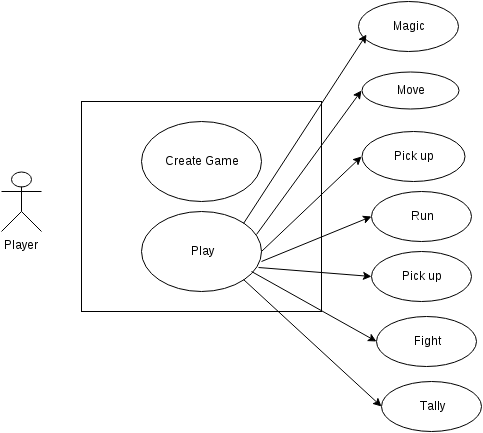
The draw.io diagram images/UseCases.png in lu15v/Text-Adventure-Game, before a commit. Source tidied: cells renumbered, new cells last; positions are measured from the earlier drawing's top-left corner, leaving out a move shared by most shapes.
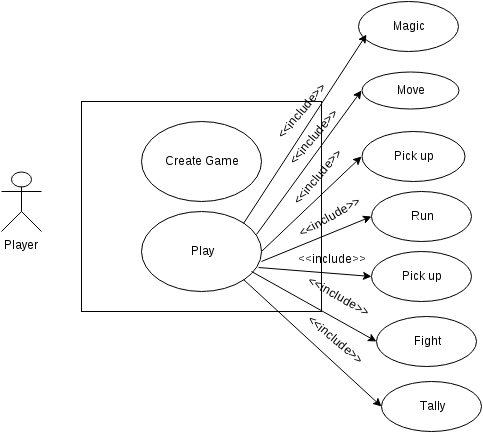
After the commit.

Diff of the diagram source:
```diff
@@ -60,5 +60,26 @@
         <mxPoint x="250" y="270" as="sourcePoint" />
       </mxGeometry>
     </mxCell>
+    <mxCell id="20" value="&amp;lt;&amp;lt;include&amp;gt;&amp;gt;" style="text;html=1;strokeColor=none;fillColor=none;align=center;verticalAlign=middle;whiteSpace=wrap;overflow=hidden;rotation=-50;" parent="1" vertex="1">
+      <mxGeometry x="260" y="100" width="80" height="20" as="geometry" />
+    </mxCell>
+    <mxCell id="21" value="&amp;lt;&amp;lt;include&amp;gt;&amp;gt;" style="text;html=1;strokeColor=none;fillColor=none;align=center;verticalAlign=middle;whiteSpace=wrap;overflow=hidden;rotation=-50;" parent="1" vertex="1">
+      <mxGeometry x="272" y="126" width="80" height="20" as="geometry" />
+    </mxCell>
+    <mxCell id="22" value="&amp;lt;&amp;lt;include&amp;gt;&amp;gt;" style="text;html=1;strokeColor=none;fillColor=none;align=center;verticalAlign=middle;whiteSpace=wrap;overflow=hidden;rotation=-50;" parent="1" vertex="1">
+      <mxGeometry x="276" y="166" width="80" height="20" as="geometry" />
+    </mxCell>
+    <mxCell id="23" value="&amp;lt;&amp;lt;include&amp;gt;&amp;gt;" style="text;html=1;strokeColor=none;fillColor=none;align=center;verticalAlign=middle;whiteSpace=wrap;overflow=hidden;rotation=-30;" parent="1" vertex="1">
+      <mxGeometry x="288" y="206" width="80" height="20" as="geometry" />
+    </mxCell>
+    <mxCell id="24" value="&amp;lt;&amp;lt;include&amp;gt;&amp;gt;" style="text;html=1;strokeColor=none;fillColor=none;align=center;verticalAlign=middle;whiteSpace=wrap;overflow=hidden;rotation=0;" parent="1" vertex="1">
+      <mxGeometry x="290" y="248" width="80" height="20" as="geometry" />
+    </mxCell>
+    <mxCell id="25" value="&amp;lt;&amp;lt;include&amp;gt;&amp;gt;" style="text;html=1;strokeColor=none;fillColor=none;align=center;verticalAlign=middle;whiteSpace=wrap;overflow=hidden;rotation=30;" parent="1" vertex="1">
+      <mxGeometry x="297" y="285" width="80" height="20" as="geometry" />
+    </mxCell>
+    <mxCell id="26" value="&amp;lt;&amp;lt;include&amp;gt;&amp;gt;" style="text;html=1;strokeColor=none;fillColor=none;align=center;verticalAlign=middle;whiteSpace=wrap;overflow=hidden;rotation=40;" parent="1" vertex="1">
+      <mxGeometry x="294" y="328" width="80" height="20" as="geometry" />
+    </mxCell>
   </root>
 </mxGraphModel>
```
